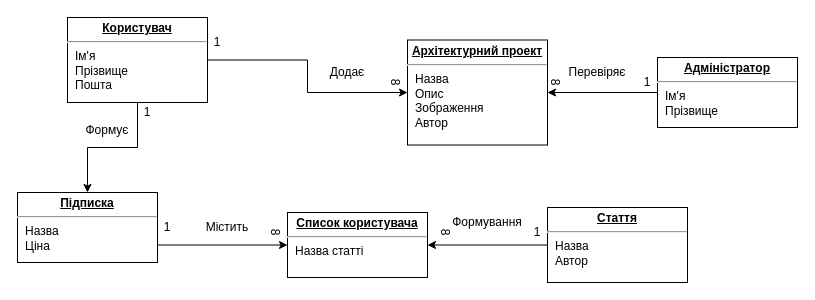
This is 2-SoftwareDesign/2.1-UMLConceptClasses/UMLConceptClasses.drawio from oleksandrblazhko/ai204-babich, a draw.io file, before an edit. Source tidied: cells renumbered, new cells numbered last; positions are measured from the earlier drawing's top-left corner, leaving out a move shared by most shapes. Both pictures are drawn from the tidied source at 100%, with x=0, y=0 at pixel (17, 17).
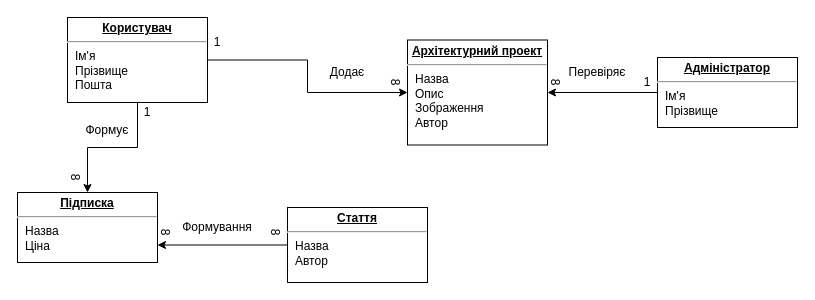
The same page after the edit.

Unchanged cells that the change refers to:
```xml
<mxCell id="2" value="&lt;p style=&quot;margin: 0px ; margin-top: 4px ; text-align: center ; text-decoration: underline&quot;&gt;&lt;b&gt;Підписка&lt;/b&gt;&lt;/p&gt;&lt;hr&gt;&lt;p style=&quot;margin: 0px ; margin-left: 8px&quot;&gt;Назва&lt;br&gt;Ціна&lt;br&gt;&lt;br&gt;&lt;/p&gt;" style="verticalAlign=top;align=left;overflow=fill;fontSize=12;fontFamily=Helvetica;html=1;rounded=0;shadow=0;comic=0;labelBackgroundColor=none;strokeWidth=1;" parent="1" vertex="1">
  <mxGeometry y="175" width="140" height="70" as="geometry" />
</mxCell>
<mxCell id="11" value="&lt;p style=&quot;margin: 0px ; margin-top: 4px ; text-align: center ; text-decoration: underline&quot;&gt;&lt;b&gt;Адміністратор&lt;/b&gt;&lt;/p&gt;&lt;hr&gt;&lt;p style=&quot;margin: 0px ; margin-left: 8px&quot;&gt;Ім'я&lt;br&gt;Прізвище&lt;br&gt;&lt;br&gt;&lt;/p&gt;" style="verticalAlign=top;align=left;overflow=fill;fontSize=12;fontFamily=Helvetica;html=1;rounded=0;shadow=0;comic=0;labelBackgroundColor=none;strokeWidth=1;" parent="1" vertex="1">
  <mxGeometry x="640" y="40" width="140" height="70" as="geometry" />
</mxCell>
```

What changed in the source:
```diff
@@
-    <mxCell id="3" value="&lt;p style=&quot;margin: 0px ; margin-top: 4px ; text-align: center ; text-decoration: underline&quot;&gt;&lt;b&gt;Список користувача&lt;/b&gt;&lt;/p&gt;&lt;hr&gt;&lt;p style=&quot;margin: 0px ; margin-left: 8px&quot;&gt;Назва статті&amp;nbsp;&lt;br&gt;&lt;br&gt;&lt;/p&gt;" style="verticalAlign=top;align=left;overflow=fill;fontSize=12;fontFamily=Helvetica;html=1;rounded=0;shadow=0;comic=0;labelBackgroundColor=none;strokeWidth=1;" parent="1" vertex="1">
-      <mxGeometry x="270" y="195" width="140" height="65" as="geometry" />
-    </mxCell>
@@
-    <mxCell id="7" style="edgeStyle=orthogonalEdgeStyle;rounded=0;jettySize=auto;html=1;entryX=1;entryY=0.5;entryDx=0;entryDy=0;" parent="1" edge="1" source="8" target="3">
+    <mxCell id="7" style="edgeStyle=orthogonalEdgeStyle;rounded=0;jettySize=auto;html=1;entryX=1;entryY=0.75;entryDx=0;entryDy=0;" parent="1" edge="1" source="8" target="2">
       <mxGeometry relative="1" as="geometry" />
     </mxCell>
     <mxCell id="8" value="&lt;p style=&quot;margin: 0px ; margin-top: 4px ; text-align: center ; text-decoration: underline&quot;&gt;&lt;b&gt;Стаття&lt;/b&gt;&lt;/p&gt;&lt;hr&gt;&lt;p style=&quot;margin: 0px ; margin-left: 8px&quot;&gt;Назва&lt;br&gt;Автор&lt;/p&gt;" style="verticalAlign=top;align=left;overflow=fill;fontSize=12;fontFamily=Helvetica;html=1;rounded=0;shadow=0;comic=0;labelBackgroundColor=none;strokeWidth=1;" parent="1" vertex="1">
-      <mxGeometry x="530" y="190" width="140" height="75" as="geometry" />
+      <mxGeometry x="270" y="190" width="140" height="75" as="geometry" />
     </mxCell>
@@
     <mxCell id="12" value="Формування" style="text;html=1;strokeColor=none;fillColor=none;align=center;verticalAlign=middle;whiteSpace=wrap;rounded=0;" parent="1" vertex="1">
-      <mxGeometry x="440" y="190" width="60" height="30" as="geometry" />
+      <mxGeometry x="170" y="195" width="60" height="30" as="geometry" />
     </mxCell>
@@
-    <mxCell id="14" value="Містить" style="text;html=1;strokeColor=none;fillColor=none;align=center;verticalAlign=middle;whiteSpace=wrap;rounded=0;" parent="1" vertex="1">
-      <mxGeometry x="180" y="195" width="60" height="30" as="geometry" />
-    </mxCell>
@@
-    <mxCell id="17" value="1" style="text;html=1;strokeColor=none;fillColor=none;align=center;verticalAlign=middle;whiteSpace=wrap;rounded=0;" parent="1" vertex="1">
-      <mxGeometry x="490" y="200" width="60" height="30" as="geometry" />
-    </mxCell>
-    <mxCell id="18" value="1" style="text;html=1;strokeColor=none;fillColor=none;align=center;verticalAlign=middle;whiteSpace=wrap;rounded=0;" parent="1" vertex="1">
-      <mxGeometry x="120" y="195" width="60" height="30" as="geometry" />
-    </mxCell>
@@
-    <mxCell id="23" value="&lt;font style=&quot;font-size: 12px;&quot;&gt;8&lt;/font&gt;" style="text;html=1;strokeColor=none;fillColor=none;align=center;verticalAlign=middle;whiteSpace=wrap;rounded=0;fontSize=15;rotation=90;" parent="1" vertex="1">
-      <mxGeometry x="400" y="200" width="60" height="30" as="geometry" />
-    </mxCell>
@@
+    <mxCell id="26" style="edgeStyle=orthogonalEdgeStyle;rounded=0;orthogonalLoop=1;jettySize=auto;html=1;exitX=0.5;exitY=1;exitDx=0;exitDy=0;" parent="1" edge="1" source="11" target="11">
+      <mxGeometry relative="1" as="geometry" />
+    </mxCell>
+    <mxCell id="28" value="&lt;font style=&quot;font-size: 12px;&quot;&gt;8&lt;/font&gt;" style="text;html=1;strokeColor=none;fillColor=none;align=center;verticalAlign=middle;whiteSpace=wrap;rounded=0;fontSize=15;rotation=90;" parent="1" vertex="1">
+      <mxGeometry x="30" y="145" width="60" height="30" as="geometry" />
+    </mxCell>
@@
-    <mxCell id="26" style="edgeStyle=orthogonalEdgeStyle;rounded=0;orthogonalLoop=1;jettySize=auto;html=1;exitX=0.5;exitY=1;exitDx=0;exitDy=0;" parent="1" edge="1" source="11" target="11">
-      <mxGeometry relative="1" as="geometry" />
-    </mxCell>
-    <mxCell id="27" style="endArrow=classic;html=1;rounded=0;exitX=1;exitY=0.75;exitDx=0;exitDy=0;entryX=0;entryY=0.5;entryDx=0;entryDy=0;" parent="1" edge="1" source="2" target="3">
-      <mxGeometry relative="1" as="geometry" />
-    </mxCell>
+    <mxCell id="29" value="&lt;font style=&quot;font-size: 12px;&quot;&gt;8&lt;/font&gt;" style="text;html=1;strokeColor=none;fillColor=none;align=center;verticalAlign=middle;whiteSpace=wrap;rounded=0;fontSize=15;rotation=90;" parent="1" vertex="1">
+      <mxGeometry x="120" y="200" width="60" height="30" as="geometry" />
+    </mxCell>
```
